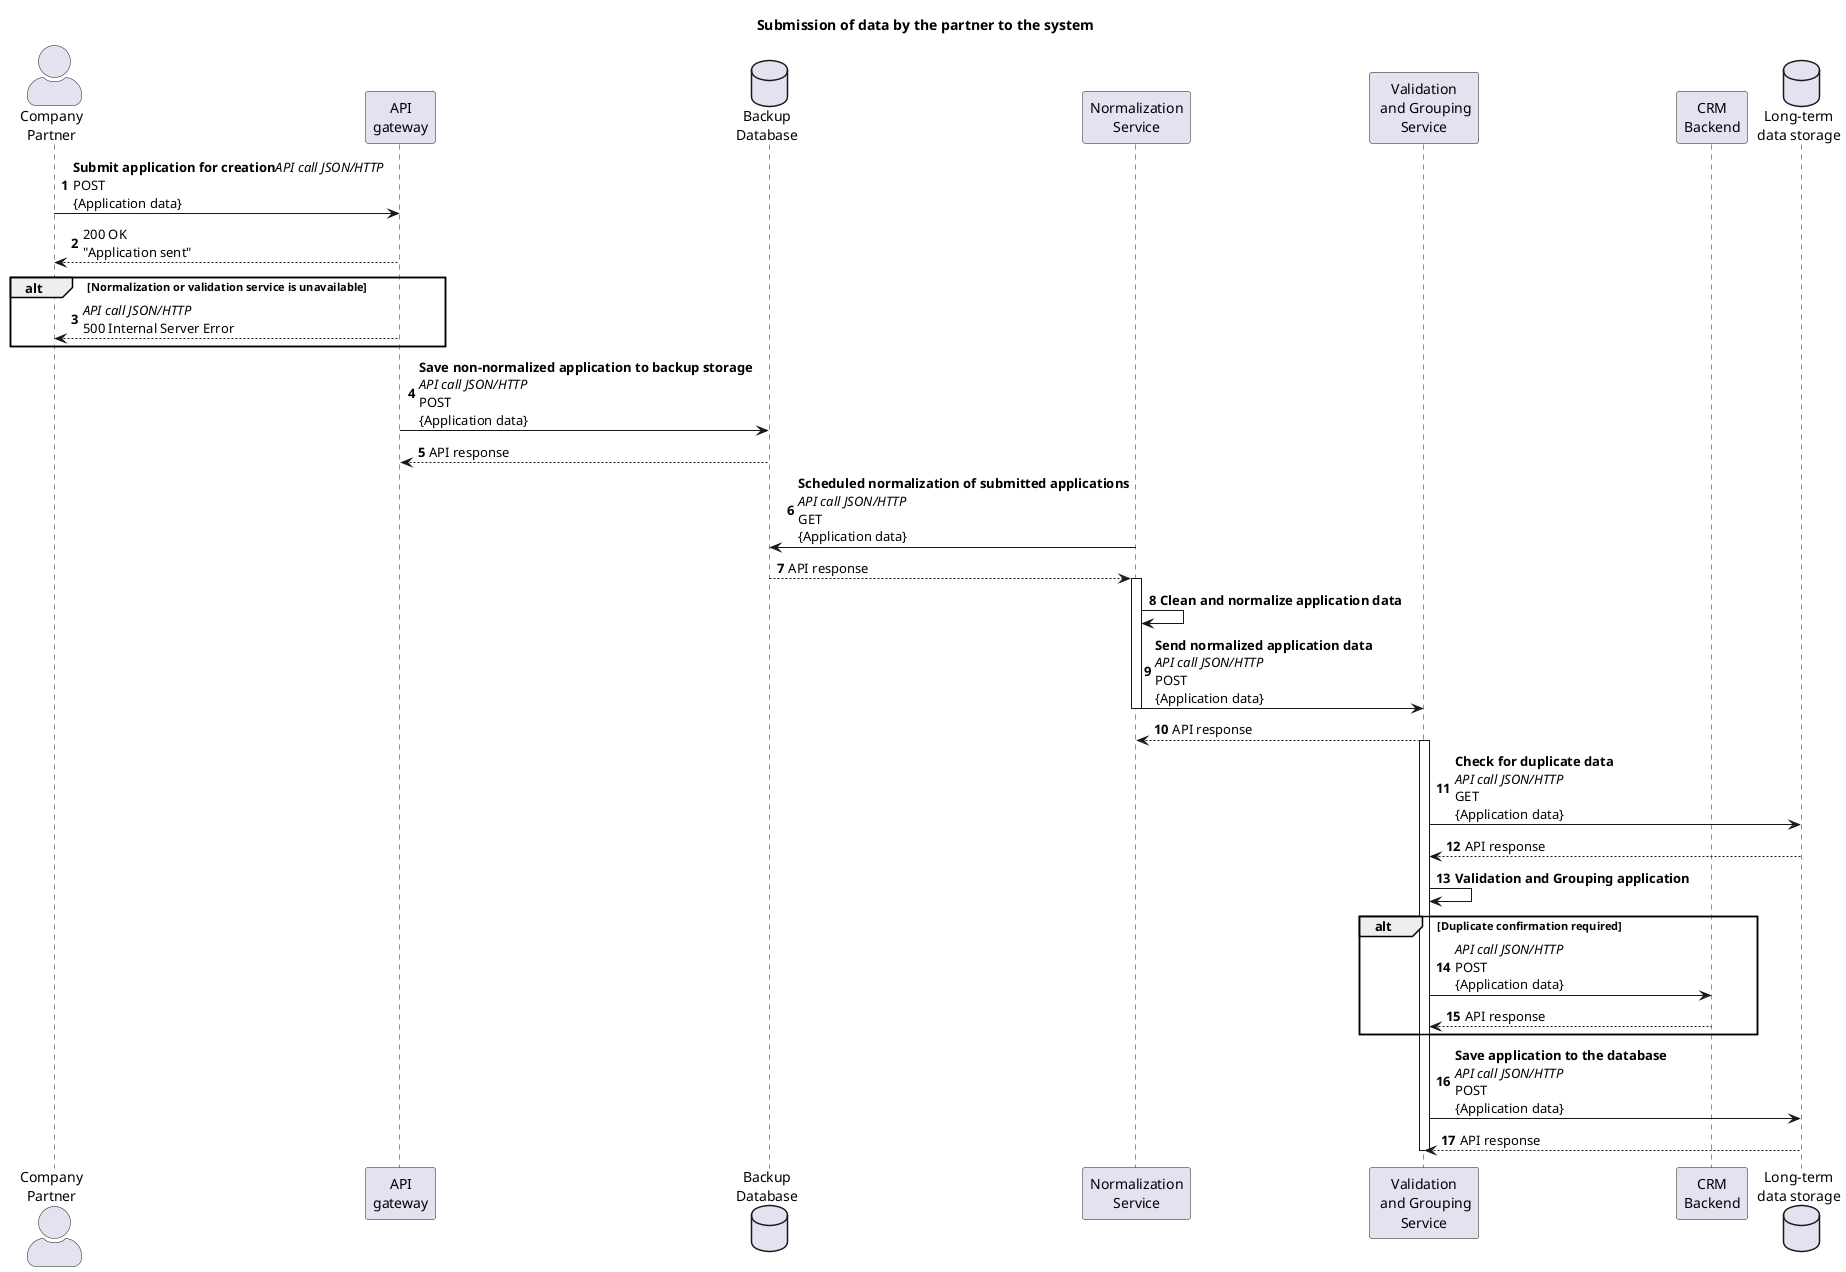
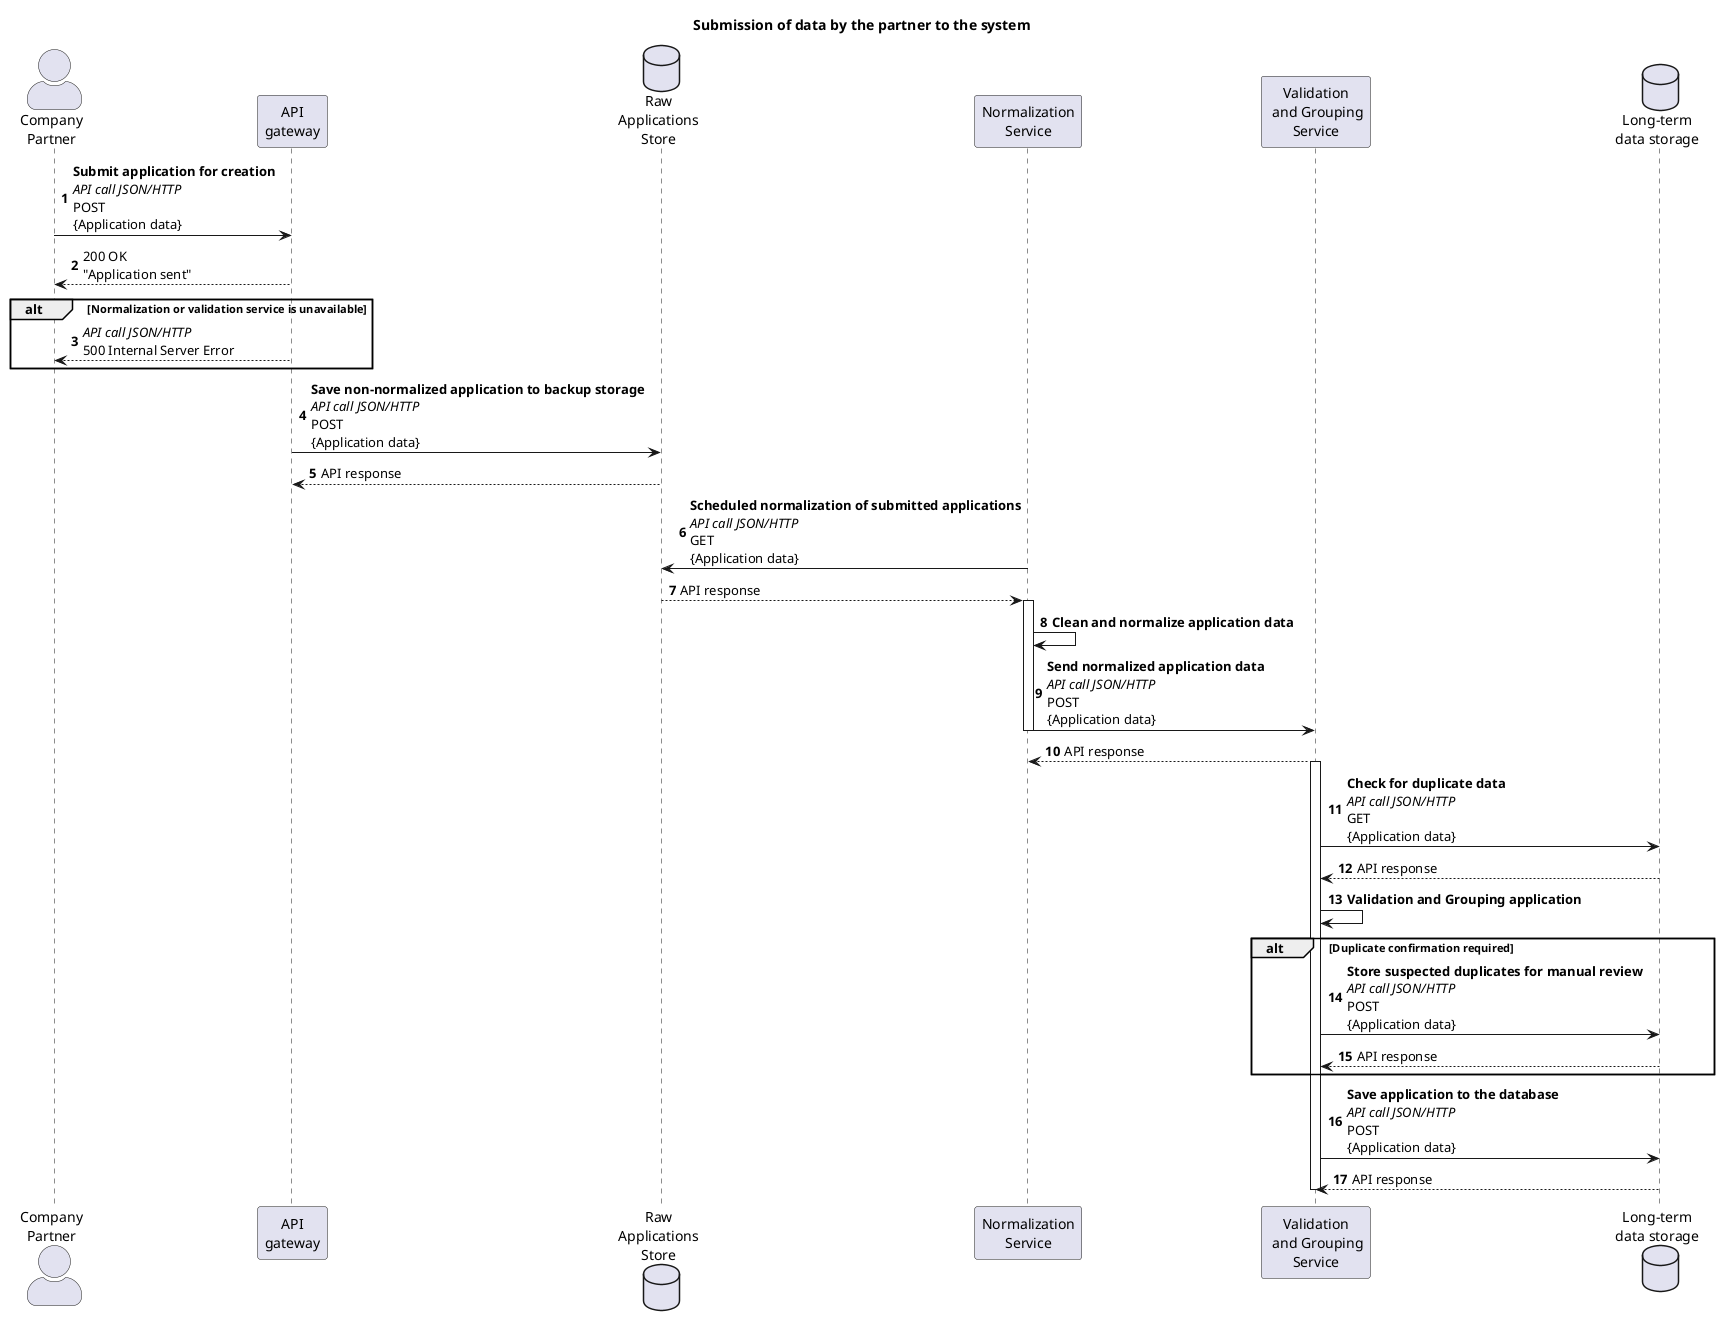
@startuml
'https://plantuml.com/sequence-diagram

skinparam actorStyle awesome
autonumber

title Submission of data by the partner to the system

actor "Company\nPartner" as user
participant "API\ngateway" as api
- database "Backup\nDatabase" as rdb
+ database "Raw\nApplications\nStore" as mongo
participant "Normalization\nService" as norm
participant "Validation\n and Grouping\nService" as valid
- participant "CRM\nBackend" as crm
database "Long-term\ndata storage" as db

- user->api: **Submit application for creation**//API call JSON/HTTP//\nPOST\n{Application data}
+ user->api: **Submit application for creation**\n//API call JSON/HTTP//\nPOST\n{Application data}
api-->user:200 OK \n"Application sent"
alt Normalization or validation service is unavailable
    api-->user://API call JSON/HTTP//\n500 Internal Server Error
end
- api->rdb: **Save non-normalized application to backup storage**\n//API call JSON/HTTP//\nPOST\n{Application data}
- rdb-->api: API response
- norm->rdb: **Scheduled normalization of submitted applications**\n//API call JSON/HTTP//\nGET\n{Application data}
- rdb-->norm: API response
+ api->mongo: **Save non-normalized application to backup storage**\n//API call JSON/HTTP//\nPOST\n{Application data}
+ mongo-->api: API response
+ norm->mongo: **Scheduled normalization of submitted applications**\n//API call JSON/HTTP//\nGET\n{Application data}
+ mongo-->norm: API response
activate norm
    norm->norm: **Clean and normalize application data**
    norm->valid: **Send normalized application data**\n//API call JSON/HTTP//\nPOST\n{Application data}
deactivate norm
valid-->norm: API response
activate valid
    valid->db: **Check for duplicate data**\n//API call JSON/HTTP//\nGET\n{Application data}
    db-->valid: API response
    valid->valid: **Validation and Grouping application**
    alt Duplicate confirmation required
-         valid->crm: //API call JSON/HTTP//\nPOST\n{Application data}
-         crm-->valid: API response
+         valid->db: **Store suspected duplicates for manual review**\n//API call JSON/HTTP//\nPOST\n{Application data}
+         db-->valid: API response
    end
valid->db: **Save application to the database**\n//API call JSON/HTTP//\nPOST\n{Application data}
db-->valid: API response
deactivate valid

@enduml